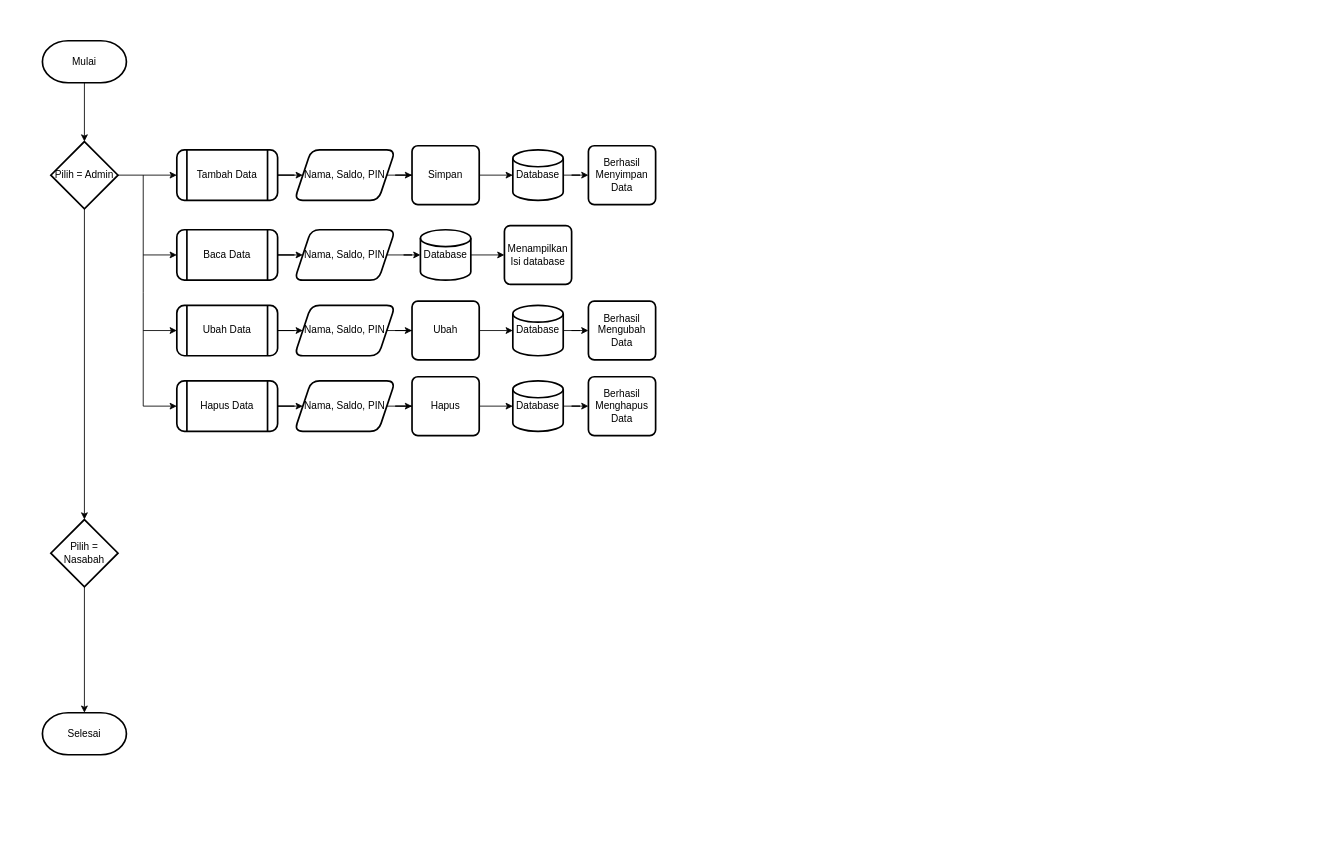
Before: Diagram Tanpa Judul.drawio in Arsy278/tugas-arsy, a draw.io diagram. Source tidied: cells renumbered, new cells numbered last; positions are measured from the earlier drawing's top-left corner, leaving out a move shared by most shapes. Both pictures are drawn from the tidied source at 84%, with x=0, y=0 at pixel (42, 40).
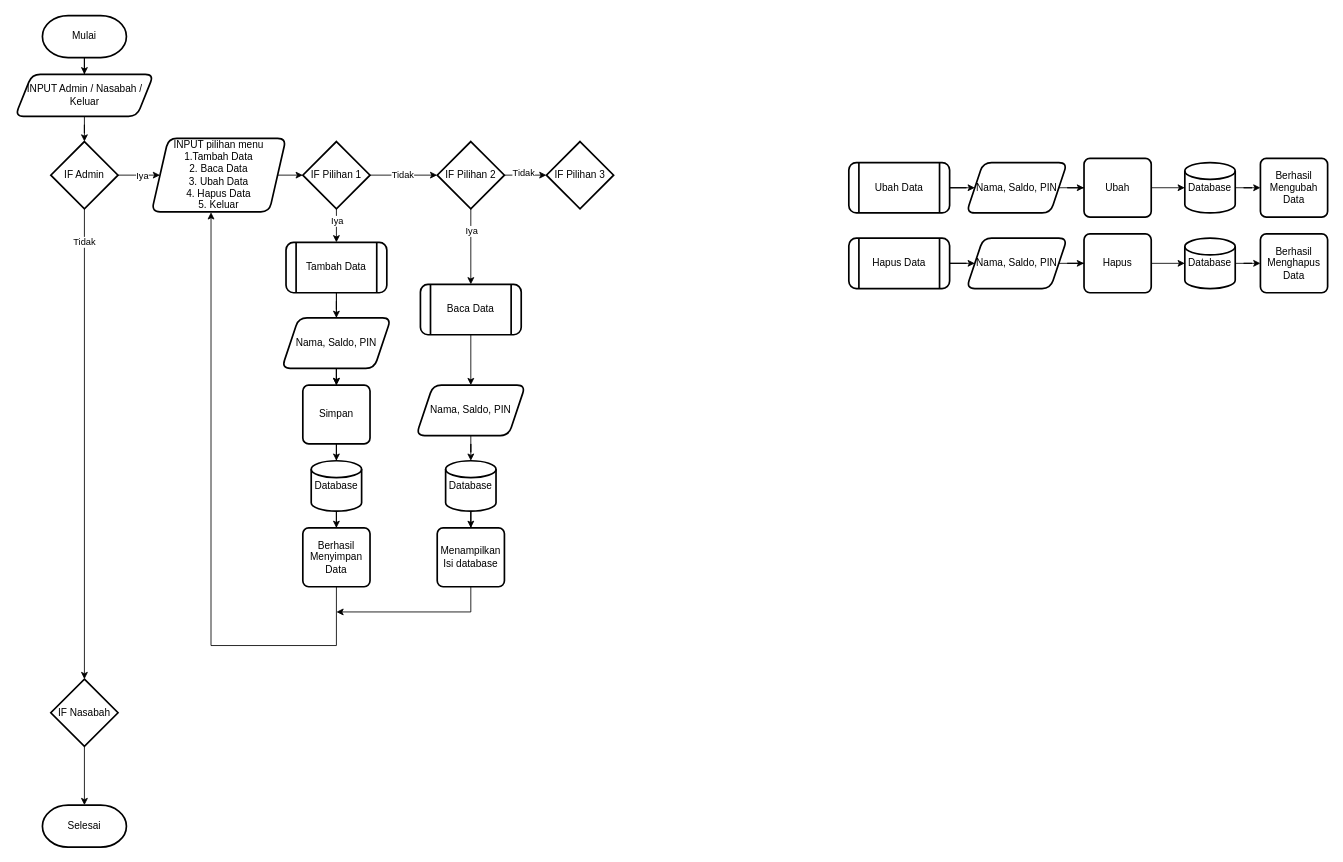
After the change.

Unchanged cells that the change refers to:
```xml
<mxCell id="4" style="edgeStyle=orthogonalEdgeStyle;rounded=0;jettySize=auto;html=1;" parent="1" edge="1" source="5" target="7">
  <mxGeometry relative="1" as="geometry" />
</mxCell>
```

Change to the diagram source:
```diff
@@
-    <mxCell id="2" style="edgeStyle=orthogonalEdgeStyle;rounded=0;jettySize=auto;html=1;" parent="1" edge="1" source="3" target="5">
-      <mxGeometry relative="1" as="geometry" />
-    </mxCell>
+    <mxCell id="47" style="edgeStyle=orthogonalEdgeStyle;rounded=0;jettySize=auto;html=1;" parent="1" edge="1" source="3" target="55">
+      <mxGeometry relative="1" as="geometry" />
+    </mxCell>
     <mxCell id="3" value="Mulai" style="rounded=1;whiteSpace=wrap;html=1;fontSize=12;glass=0;strokeWidth=2;shadow=0;shape=mxgraph.flowchart.terminator;" parent="1" vertex="1">
-      <mxGeometry width="100" height="50" as="geometry" />
+      <mxGeometry y="-30" width="100" height="50" as="geometry" />
     </mxCell>
@@
+    <mxCell id="48" value="Tidak" style="edgeLabel;html=1;align=center;verticalAlign=middle;" parent="4" vertex="1">
+      <mxGeometry x="-0.86" y="-1" relative="1" as="geometry" />
+    </mxCell>
+    <mxCell id="49" style="edgeStyle=orthogonalEdgeStyle;rounded=0;jettySize=auto;html=1;" parent="1" edge="1" source="5" target="57">
+      <mxGeometry relative="1" as="geometry" />
+    </mxCell>
+    <mxCell id="50" value="Iya" style="edgeLabel;html=1;align=center;verticalAlign=middle;" parent="49" vertex="1">
+      <mxGeometry x="0.11" relative="1" as="geometry" />
+    </mxCell>
-    <mxCell id="5" value="Pilih = Admin" style="whiteSpace=wrap;html=1;rounded=1;glass=0;strokeWidth=2;shadow=0;shape=mxgraph.flowchart.decision;" parent="1" vertex="1">
+    <mxCell id="5" value="IF Admin" style="whiteSpace=wrap;html=1;rounded=1;glass=0;strokeWidth=2;shadow=0;shape=mxgraph.flowchart.decision;" parent="1" vertex="1">
       <mxGeometry x="10" y="120" width="80" height="80" as="geometry" />
     </mxCell>
@@
-    <mxCell id="7" value="Pilih = Nasabah" style="whiteSpace=wrap;html=1;rounded=1;glass=0;strokeWidth=2;shadow=0;shape=mxgraph.flowchart.decision;" parent="1" vertex="1">
-      <mxGeometry x="10" y="570" width="80" height="80" as="geometry" />
+    <mxCell id="7" value="IF Nasabah" style="whiteSpace=wrap;html=1;rounded=1;glass=0;strokeWidth=2;shadow=0;shape=mxgraph.flowchart.decision;" parent="1" vertex="1">
+      <mxGeometry x="10" y="760" width="80" height="80" as="geometry" />
     </mxCell>
     <mxCell id="8" value="Selesai" style="rounded=1;whiteSpace=wrap;html=1;fontSize=12;glass=0;strokeWidth=2;shadow=0;shape=mxgraph.flowchart.terminator;" parent="1" vertex="1">
-      <mxGeometry y="800" width="100" height="50" as="geometry" />
+      <mxGeometry y="910" width="100" height="50" as="geometry" />
     </mxCell>
@@
+    <mxCell id="51" style="edgeStyle=orthogonalEdgeStyle;rounded=0;jettySize=auto;html=1;" parent="1" edge="1" source="10" target="14">
+      <mxGeometry relative="1" as="geometry" />
+    </mxCell>
     <mxCell id="10" value="Tambah Data" style="shape=process;whiteSpace=wrap;html=1;backgroundOutline=1;rounded=1;glass=0;strokeWidth=2;shadow=0;" parent="1" vertex="1">
-      <mxGeometry x="160" y="130" width="120" height="60" as="geometry" />
+      <mxGeometry x="290" y="240" width="120" height="60" as="geometry" />
     </mxCell>
@@
     <mxCell id="12" value="Nama, Saldo, PIN" style="shape=parallelogram;perimeter=parallelogramPerimeter;whiteSpace=wrap;html=1;fixedSize=1;rounded=1;glass=0;strokeWidth=2;shadow=0;" parent="1" vertex="1">
-      <mxGeometry x="300" y="130" width="120" height="60" as="geometry" />
+      <mxGeometry x="285" y="330" width="130" height="60" as="geometry" />
     </mxCell>
@@
     <mxCell id="14" value="Simpan" style="rounded=1;whiteSpace=wrap;html=1;absoluteArcSize=1;arcSize=14;strokeWidth=2;" parent="1" vertex="1">
-      <mxGeometry x="440" y="125" width="80" height="70" as="geometry" />
+      <mxGeometry x="310" y="410" width="80" height="70" as="geometry" />
     </mxCell>
@@
     <mxCell id="16" value="Database" style="strokeWidth=2;html=1;shape=mxgraph.flowchart.database;whiteSpace=wrap;" parent="1" vertex="1">
-      <mxGeometry x="560" y="130" width="60" height="60" as="geometry" />
+      <mxGeometry x="320" y="500" width="60" height="60" as="geometry" />
     </mxCell>
+    <mxCell id="52" style="edgeStyle=orthogonalEdgeStyle;rounded=0;jettySize=auto;html=1;entryX=0.442;entryY=1.006;entryDx=0;entryDy=0;entryPerimeter=0;exitX=0.5;exitY=1;exitDx=0;exitDy=0;" parent="1" edge="1" source="17" target="57">
+      <mxGeometry relative="1" as="geometry">
+        <Array as="points">
+          <mxPoint x="350" y="720" />
+          <mxPoint x="201" y="720" />
+        </Array>
+      </mxGeometry>
+    </mxCell>
     <mxCell id="17" value="Berhasil Menyimpan Data" style="rounded=1;whiteSpace=wrap;html=1;absoluteArcSize=1;arcSize=14;strokeWidth=2;" parent="1" vertex="1">
-      <mxGeometry x="650" y="125" width="80" height="70" as="geometry" />
+      <mxGeometry x="310" y="580" width="80" height="70" as="geometry" />
     </mxCell>
@@
     <mxCell id="19" value="Baca Data" style="shape=process;whiteSpace=wrap;html=1;backgroundOutline=1;rounded=1;glass=0;strokeWidth=2;shadow=0;" parent="1" vertex="1">
-      <mxGeometry x="160" y="225" width="120" height="60" as="geometry" />
+      <mxGeometry x="450" y="290" width="120" height="60" as="geometry" />
     </mxCell>
@@
     <mxCell id="21" value="Nama, Saldo, PIN" style="shape=parallelogram;perimeter=parallelogramPerimeter;whiteSpace=wrap;html=1;fixedSize=1;rounded=1;glass=0;strokeWidth=2;shadow=0;" parent="1" vertex="1">
-      <mxGeometry x="300" y="225" width="120" height="60" as="geometry" />
+      <mxGeometry x="445" y="410" width="130" height="60" as="geometry" />
     </mxCell>
@@
     <mxCell id="23" value="Database" style="strokeWidth=2;html=1;shape=mxgraph.flowchart.database;whiteSpace=wrap;" parent="1" vertex="1">
-      <mxGeometry x="450" y="225" width="60" height="60" as="geometry" />
+      <mxGeometry x="480" y="500" width="60" height="60" as="geometry" />
     </mxCell>
+    <mxCell id="53" style="edgeStyle=orthogonalEdgeStyle;rounded=0;jettySize=auto;html=1;" parent="1" edge="1" source="24">
+      <mxGeometry relative="1" as="geometry">
+        <mxPoint x="350" y="680" as="targetPoint" />
+        <Array as="points">
+          <mxPoint x="510" y="680" />
+        </Array>
+      </mxGeometry>
+    </mxCell>
     <mxCell id="24" value="Menampilkan Isi database" style="rounded=1;whiteSpace=wrap;html=1;absoluteArcSize=1;arcSize=14;strokeWidth=2;" parent="1" vertex="1">
-      <mxGeometry x="550" y="220" width="80" height="70" as="geometry" />
+      <mxGeometry x="470" y="580" width="80" height="70" as="geometry" />
     </mxCell>
@@
     <mxCell id="26" value="Ubah Data" style="shape=process;whiteSpace=wrap;html=1;backgroundOutline=1;rounded=1;glass=0;strokeWidth=2;shadow=0;" parent="1" vertex="1">
-      <mxGeometry x="160" y="315" width="120" height="60" as="geometry" />
+      <mxGeometry x="960" y="145" width="120" height="60" as="geometry" />
     </mxCell>
@@
     <mxCell id="28" value="Nama, Saldo, PIN" style="shape=parallelogram;perimeter=parallelogramPerimeter;whiteSpace=wrap;html=1;fixedSize=1;rounded=1;glass=0;strokeWidth=2;shadow=0;" parent="1" vertex="1">
-      <mxGeometry x="300" y="315" width="120" height="60" as="geometry" />
+      <mxGeometry x="1100" y="145" width="120" height="60" as="geometry" />
     </mxCell>
@@
     <mxCell id="30" value="Ubah" style="rounded=1;whiteSpace=wrap;html=1;absoluteArcSize=1;arcSize=14;strokeWidth=2;" parent="1" vertex="1">
-      <mxGeometry x="440" y="310" width="80" height="70" as="geometry" />
+      <mxGeometry x="1240" y="140" width="80" height="70" as="geometry" />
     </mxCell>
@@
     <mxCell id="32" value="Database" style="strokeWidth=2;html=1;shape=mxgraph.flowchart.database;whiteSpace=wrap;" parent="1" vertex="1">
-      <mxGeometry x="560" y="315" width="60" height="60" as="geometry" />
+      <mxGeometry x="1360" y="145" width="60" height="60" as="geometry" />
     </mxCell>
     <mxCell id="33" value="Berhasil Mengubah Data" style="rounded=1;whiteSpace=wrap;html=1;absoluteArcSize=1;arcSize=14;strokeWidth=2;" parent="1" vertex="1">
-      <mxGeometry x="650" y="310" width="80" height="70" as="geometry" />
+      <mxGeometry x="1450" y="140" width="80" height="70" as="geometry" />
     </mxCell>
@@
     <mxCell id="35" value="Hapus Data" style="shape=process;whiteSpace=wrap;html=1;backgroundOutline=1;rounded=1;glass=0;strokeWidth=2;shadow=0;" parent="1" vertex="1">
-      <mxGeometry x="160" y="405" width="120" height="60" as="geometry" />
+      <mxGeometry x="960" y="235" width="120" height="60" as="geometry" />
     </mxCell>
@@
     <mxCell id="37" value="Nama, Saldo, PIN" style="shape=parallelogram;perimeter=parallelogramPerimeter;whiteSpace=wrap;html=1;fixedSize=1;rounded=1;glass=0;strokeWidth=2;shadow=0;" parent="1" vertex="1">
-      <mxGeometry x="300" y="405" width="120" height="60" as="geometry" />
+      <mxGeometry x="1100" y="235" width="120" height="60" as="geometry" />
     </mxCell>
@@
     <mxCell id="39" value="Hapus" style="rounded=1;whiteSpace=wrap;html=1;absoluteArcSize=1;arcSize=14;strokeWidth=2;" parent="1" vertex="1">
-      <mxGeometry x="440" y="400" width="80" height="70" as="geometry" />
+      <mxGeometry x="1240" y="230" width="80" height="70" as="geometry" />
     </mxCell>
@@
     <mxCell id="41" value="Database" style="strokeWidth=2;html=1;shape=mxgraph.flowchart.database;whiteSpace=wrap;" parent="1" vertex="1">
-      <mxGeometry x="560" y="405" width="60" height="60" as="geometry" />
+      <mxGeometry x="1360" y="235" width="60" height="60" as="geometry" />
     </mxCell>
     <mxCell id="42" value="Berhasil Menghapus Data" style="rounded=1;whiteSpace=wrap;html=1;absoluteArcSize=1;arcSize=14;strokeWidth=2;" parent="1" vertex="1">
-      <mxGeometry x="650" y="400" width="80" height="70" as="geometry" />
+      <mxGeometry x="1450" y="230" width="80" height="70" as="geometry" />
     </mxCell>
-    <mxCell id="43" style="endArrow=classic;html=1;rounded=0;entryX=0;entryY=0.5;entryDx=0;entryDy=0;" parent="1" edge="1" target="35">
-      <mxGeometry relative="1" as="geometry">
-        <mxPoint x="120" y="160" as="sourcePoint" />
-        <Array as="points">
-          <mxPoint x="120" y="300" />
-          <mxPoint x="120" y="435" />
-        </Array>
-      </mxGeometry>
-    </mxCell>
-    <mxCell id="44" style="endArrow=classic;html=1;rounded=0;entryX=0;entryY=0.5;entryDx=0;entryDy=0;" parent="1" edge="1" target="26">
-      <mxGeometry relative="1" as="geometry">
-        <mxPoint x="120" y="345" as="sourcePoint" />
-      </mxGeometry>
-    </mxCell>
-    <mxCell id="45" style="endArrow=classic;html=1;rounded=0;entryX=0;entryY=0.5;entryDx=0;entryDy=0;" parent="1" edge="1" target="19">
-      <mxGeometry relative="1" as="geometry">
-        <mxPoint x="120" y="255" as="sourcePoint" />
-      </mxGeometry>
-    </mxCell>
-    <mxCell id="46" style="endArrow=classic;html=1;rounded=0;entryX=0;entryY=0.5;entryDx=0;entryDy=0;exitX=1;exitY=0.5;exitDx=0;exitDy=0;exitPerimeter=0;" parent="1" edge="1" source="5" target="10">
-      <mxGeometry relative="1" as="geometry" />
-    </mxCell>
+    <mxCell id="54" style="edgeStyle=orthogonalEdgeStyle;rounded=0;jettySize=auto;html=1;" parent="1" edge="1" source="55" target="5">
+      <mxGeometry relative="1" as="geometry" />
+    </mxCell>
+    <mxCell id="55" value="INPUT Admin / Nasabah / Keluar" style="shape=parallelogram;perimeter=parallelogramPerimeter;whiteSpace=wrap;html=1;fixedSize=1;rounded=1;glass=0;strokeWidth=2;shadow=0;" parent="1" vertex="1">
+      <mxGeometry x="-32.5" y="40" width="165" height="50" as="geometry" />
+    </mxCell>
+    <mxCell id="56" style="edgeStyle=orthogonalEdgeStyle;rounded=0;jettySize=auto;html=1;" parent="1" edge="1" source="57" target="62">
+      <mxGeometry relative="1" as="geometry" />
+    </mxCell>
+    <mxCell id="57" value="INPUT pilihan menu&lt;br&gt;1.Tambah Data&lt;br&gt;2. Baca Data&lt;br&gt;3. Ubah Data&lt;br&gt;4. Hapus Data&lt;br&gt;5. Keluar" style="shape=parallelogram;perimeter=parallelogramPerimeter;whiteSpace=wrap;html=1;fixedSize=1;rounded=1;glass=0;strokeWidth=2;shadow=0;" parent="1" vertex="1">
+      <mxGeometry x="130" y="116.2" width="160" height="87.5" as="geometry" />
+    </mxCell>
+    <mxCell id="58" style="edgeStyle=orthogonalEdgeStyle;rounded=0;jettySize=auto;html=1;" parent="1" edge="1" source="62" target="67">
+      <mxGeometry relative="1" as="geometry" />
+    </mxCell>
+    <mxCell id="59" value="Tidak" style="edgeLabel;html=1;align=center;verticalAlign=middle;" parent="58" vertex="1">
+      <mxGeometry x="-0.05" y="1" relative="1" as="geometry" />
+    </mxCell>
+    <mxCell id="60" style="edgeStyle=orthogonalEdgeStyle;rounded=0;jettySize=auto;html=1;" parent="1" edge="1" source="62" target="10">
+      <mxGeometry relative="1" as="geometry" />
+    </mxCell>
+    <mxCell id="61" value="Iya" style="edgeLabel;html=1;align=center;verticalAlign=middle;" parent="60" vertex="1">
+      <mxGeometry x="-0.29" relative="1" as="geometry" />
+    </mxCell>
+    <mxCell id="62" value="IF Pilihan 1" style="whiteSpace=wrap;html=1;rounded=1;glass=0;strokeWidth=2;shadow=0;shape=mxgraph.flowchart.decision;" parent="1" vertex="1">
+      <mxGeometry x="310" y="120" width="80" height="80" as="geometry" />
+    </mxCell>
+    <mxCell id="63" style="edgeStyle=orthogonalEdgeStyle;rounded=0;jettySize=auto;html=1;" parent="1" edge="1" source="67" target="19">
+      <mxGeometry relative="1" as="geometry" />
+    </mxCell>
+    <mxCell id="64" value="Iya" style="edgeLabel;html=1;align=center;verticalAlign=middle;" parent="63" vertex="1">
+      <mxGeometry x="-0.42" relative="1" as="geometry" />
+    </mxCell>
+    <mxCell id="65" style="edgeStyle=orthogonalEdgeStyle;rounded=0;jettySize=auto;html=1;" parent="1" edge="1" source="67" target="68">
+      <mxGeometry relative="1" as="geometry" />
+    </mxCell>
+    <mxCell id="66" value="Tidak" style="edgeLabel;html=1;align=center;verticalAlign=middle;" parent="65" vertex="1">
+      <mxGeometry x="-0.14" y="3" relative="1" as="geometry" />
+    </mxCell>
+    <mxCell id="67" value="IF Pilihan 2" style="whiteSpace=wrap;html=1;rounded=1;glass=0;strokeWidth=2;shadow=0;shape=mxgraph.flowchart.decision;" parent="1" vertex="1">
+      <mxGeometry x="470" y="120" width="80" height="80" as="geometry" />
+    </mxCell>
+    <mxCell id="68" value="IF Pilihan 3" style="whiteSpace=wrap;html=1;rounded=1;glass=0;strokeWidth=2;shadow=0;shape=mxgraph.flowchart.decision;" parent="1" vertex="1">
+      <mxGeometry x="600" y="120" width="80" height="80" as="geometry" />
+    </mxCell>
```
